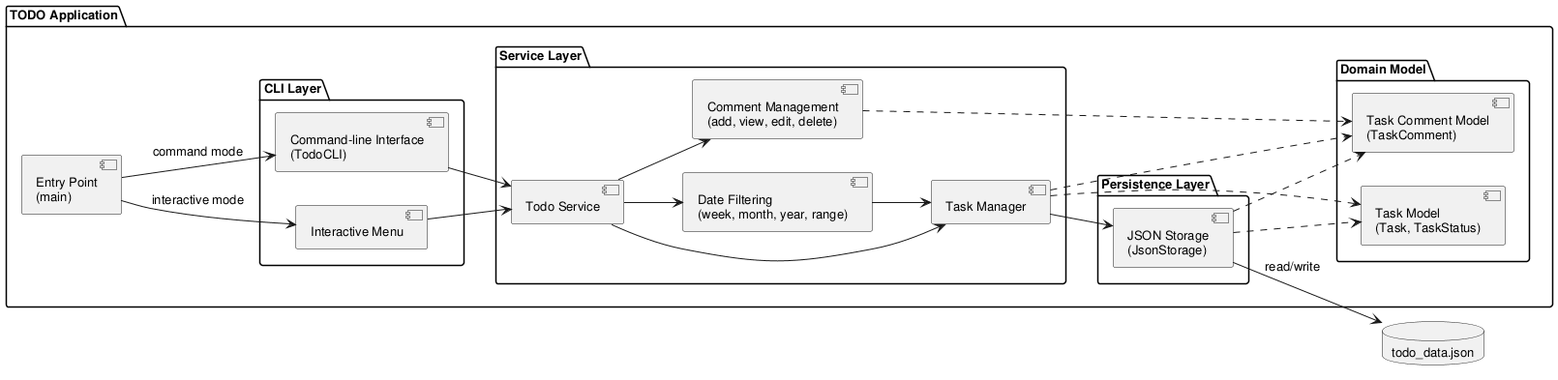
This is experiments/pipeline/user_stories/TODO/artifacts/component_diagram.png from DanielRiha8906/Software_autoevolution_using_agents, a PlantUML export, as it was before one commit.
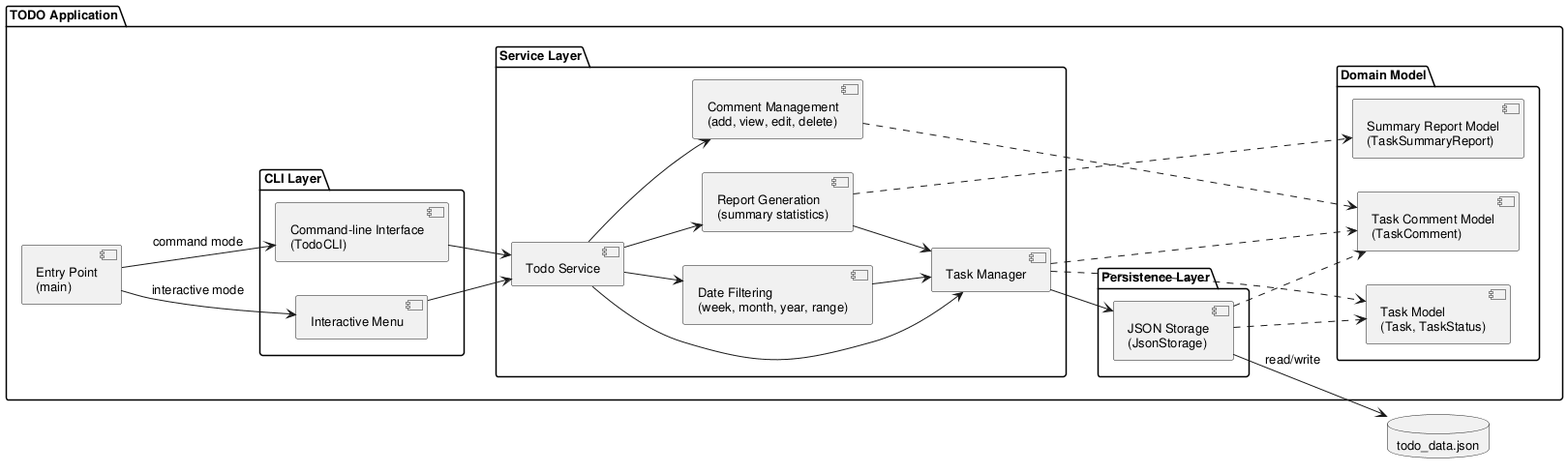
The same diagram one commit later.

Diff of the diagram source:
```diff
@@ -19,11 +19,13 @@
         component "Task Manager" as MGR
         component "Comment Management\n(add, view, edit, delete)" as CMT
         component "Date Filtering\n(week, month, year, range)" as DateFilter
+        component "Report Generation\n(summary statistics)" as Report
     }
 
     package "Domain Model" {
         component "Task Model\n(Task, TaskStatus)" as Model
         component "Task Comment Model\n(TaskComment)" as CommentModel
+        component "Summary Report Model\n(TaskSummaryReport)" as ReportModel
     }
 
     package "Persistence Layer" {
@@ -42,11 +44,14 @@
 SVC --> MGR
 SVC --> CMT
 SVC --> DateFilter
+SVC --> Report
 DateFilter --> MGR
+Report --> MGR
 MGR --> Storage
 MGR ..> Model
 MGR ..> CommentModel
 CMT ..> CommentModel
+Report ..> ReportModel
 Storage ..> Model
 Storage ..> CommentModel
 
```
